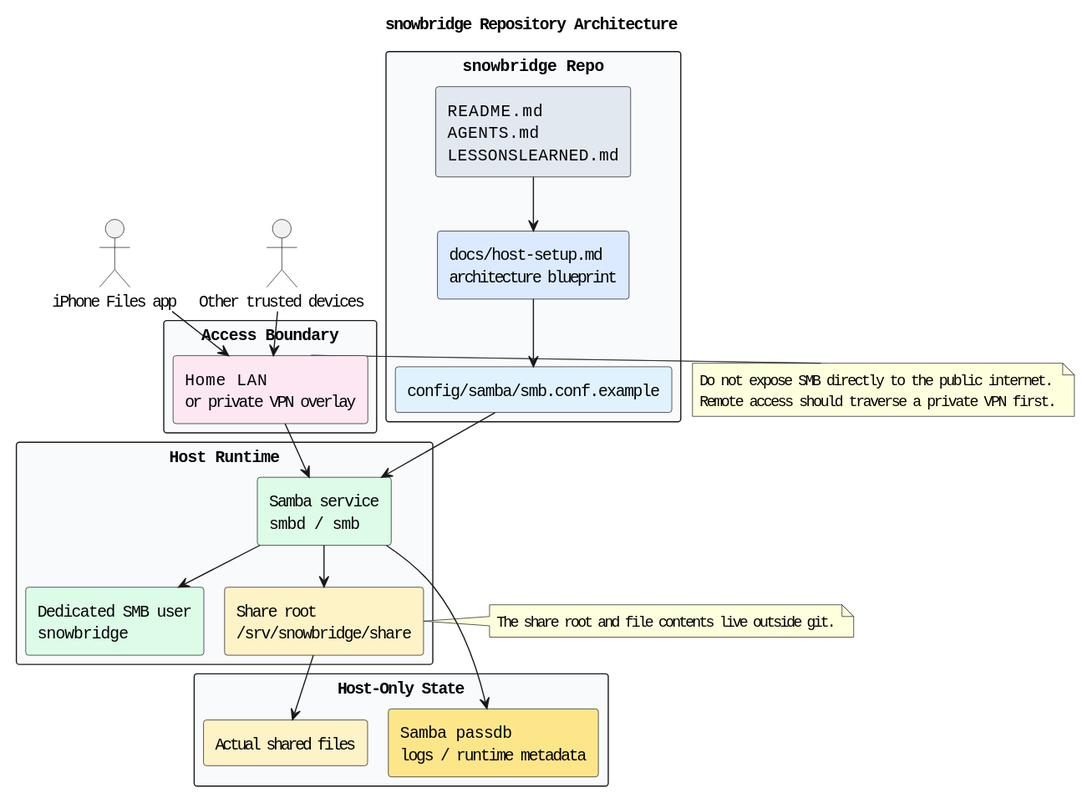
Above: docs/diagrams/repo-architecture.puml.svg in casonk/snowbridge (PlantUML), before the change. The source it was exported from:
```plantuml
@startuml
!pragma layout smetana
title snowbridge Repository Architecture
skinparam shadowing false
skinparam defaultFontName Monospace
skinparam packageStyle rectangle

actor "iPhone Files app" as iphone
actor "Other trusted devices" as other_clients

package "Access Boundary" #F8FAFC {
  rectangle "Home LAN\nor private VPN overlay" as access_boundary #FCE7F3
}

package "snowbridge Repo" #F8FAFC {
  rectangle "README.md\nAGENTS.md\nLESSONSLEARNED.md" as repo_docs #E2E8F0
  rectangle "docs/host-setup.md\narchitecture blueprint" as ops_docs #DBEAFE
  rectangle "config/samba/smb.conf.example" as smb_template #E0F2FE
}

package "Host Runtime" #F8FAFC {
  rectangle "Samba service\nsmbd / smb" as samba_service #DCFCE7
  rectangle "Dedicated SMB user\nsnowbridge" as smb_user #DCFCE7
  rectangle "Share root\n/srv/snowbridge/share" as share_root #FEF3C7
}

package "Host-Only State" #F8FAFC {
  rectangle "Actual shared files" as shared_files #FEF3C7
  rectangle "Samba passdb\nlogs / runtime metadata" as host_state #FDE68A
}

iphone --> access_boundary
other_clients --> access_boundary
access_boundary --> samba_service

repo_docs --> ops_docs
ops_docs --> smb_template
smb_template --> samba_service

samba_service --> smb_user
samba_service --> share_root
share_root --> shared_files
samba_service --> host_state

note right of access_boundary
  Do not expose SMB directly to the public internet.
  Remote access should traverse a private VPN first.
end note

note right of share_root
  The share root and file contents live outside git.
end note
@enduml
```
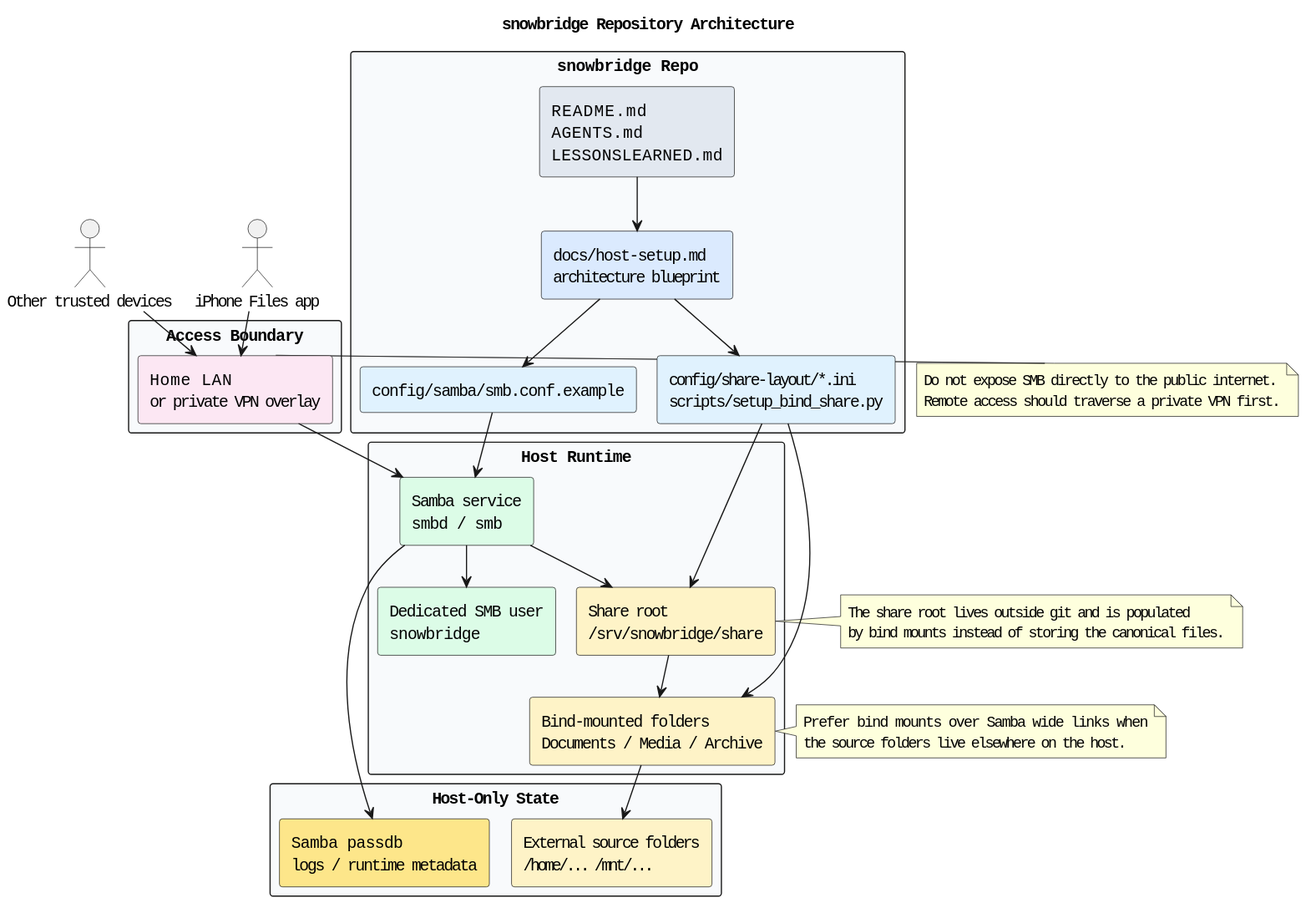
The same diagram one commit later.

The edit, as a diff of the source:
```diff
@@ -16,16 +16,18 @@
   rectangle "README.md\nAGENTS.md\nLESSONSLEARNED.md" as repo_docs #E2E8F0
   rectangle "docs/host-setup.md\narchitecture blueprint" as ops_docs #DBEAFE
   rectangle "config/samba/smb.conf.example" as smb_template #E0F2FE
+  rectangle "config/share-layout/*.ini\nscripts/setup_bind_share.py" as bind_layout #E0F2FE
 }
 
 package "Host Runtime" #F8FAFC {
   rectangle "Samba service\nsmbd / smb" as samba_service #DCFCE7
   rectangle "Dedicated SMB user\nsnowbridge" as smb_user #DCFCE7
   rectangle "Share root\n/srv/snowbridge/share" as share_root #FEF3C7
+  rectangle "Bind-mounted folders\nDocuments / Media / Archive" as bind_mounts #FEF3C7
 }
 
 package "Host-Only State" #F8FAFC {
-  rectangle "Actual shared files" as shared_files #FEF3C7
+  rectangle "External source folders\n/home/... /mnt/..." as shared_files #FEF3C7
   rectangle "Samba passdb\nlogs / runtime metadata" as host_state #FDE68A
 }
 
@@ -35,11 +37,15 @@
 
 repo_docs --> ops_docs
 ops_docs --> smb_template
+ops_docs --> bind_layout
 smb_template --> samba_service
+bind_layout --> share_root
+bind_layout --> bind_mounts
 
 samba_service --> smb_user
 samba_service --> share_root
-share_root --> shared_files
+share_root --> bind_mounts
+bind_mounts --> shared_files
 samba_service --> host_state
 
 note right of access_boundary
@@ -48,6 +54,12 @@
 end note
 
 note right of share_root
-  The share root and file contents live outside git.
+  The share root lives outside git and is populated
+  by bind mounts instead of storing the canonical files.
+end note
+
+note right of bind_mounts
+  Prefer bind mounts over Samba wide links when
+  the source folders live elsewhere on the host.
 end note
 @enduml
```
